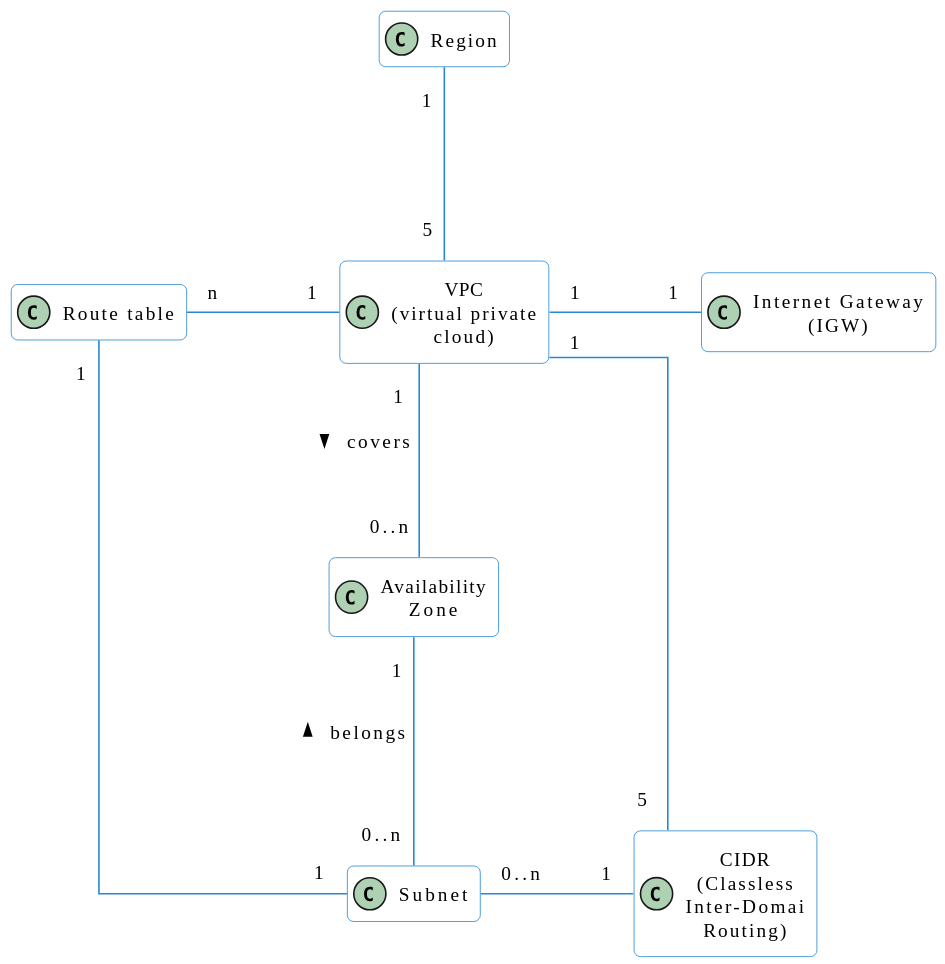
Above: assets/uml/004-vpc/vpc-domain-model.svg in avall/AWS-SAA-C03 (PlantUML), before the change.
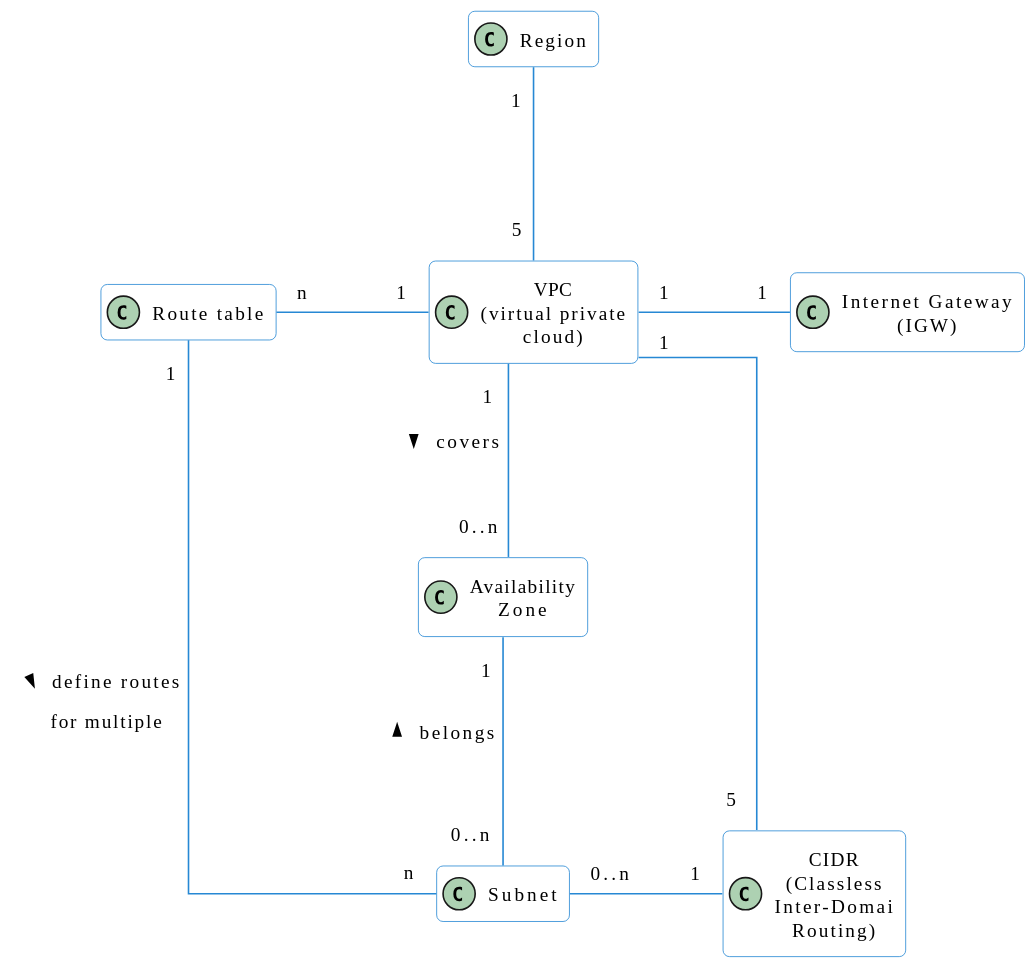
After the commit.

What changed in the source:
```diff
@@ -26,5 +26,5 @@
 AvZone "1" --- "0..n" Subnet : < belongs
 VPC    "1" -r-  "1" igw
 VPC    "1" -l-- "n" rt
-Subnet    "1" -l-- "1" rt
+Subnet    "n" -l-- "1" rt : > define routes\nfor multiple
 @enduml
```
